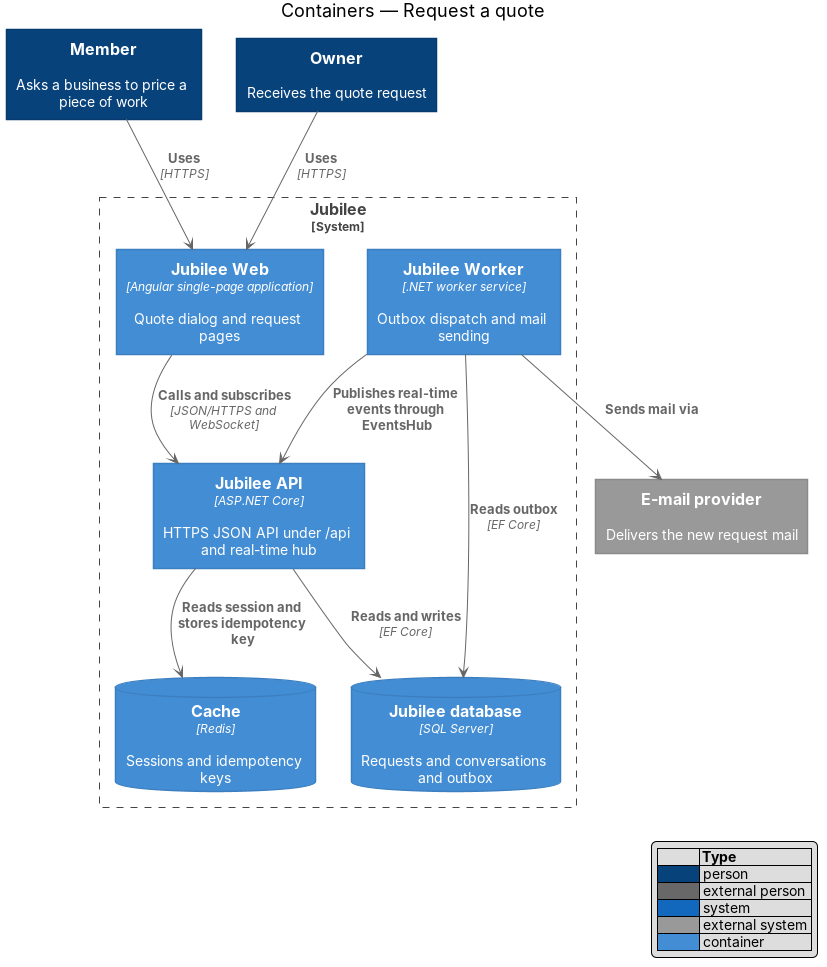
The PlantUML diagram docs/detailed-designs/requests/request-quote/diagrams/c4-container.png in QuinntyneBrown/jubilee, before a commit. Its source is kept beside it as docs/detailed-designs/requests/request-quote/diagrams/c4-container.puml. The source it was exported from:
```plantuml
@startuml
!include <C4/C4_Container>
LAYOUT_WITH_LEGEND()
title Containers — Request a quote

Person(member, "Member", "Asks a business to price a piece of work")
Person(owner, "Owner", "Receives the quote request")
System_Boundary(jubilee, "Jubilee") {
  Container(web, "Jubilee Web", "Angular single-page application", "Quote dialog and request pages")
  Container(api, "Jubilee API", "ASP.NET Core", "HTTPS JSON API under /api and real-time hub")
  Container(worker, "Jubilee Worker", ".NET worker service", "Outbox dispatch and mail sending")
  ContainerDb(db, "Jubilee database", "SQL Server", "Requests and conversations and outbox")
  ContainerDb(cache, "Cache", "Redis", "Sessions and idempotency keys")
}
System_Ext(email, "E-mail provider", "Delivers the new request mail")

Rel(member, web, "Uses", "HTTPS")
Rel(owner, web, "Uses", "HTTPS")
Rel(web, api, "Calls and subscribes", "JSON/HTTPS and WebSocket")
Rel(api, db, "Reads and writes", "EF Core")
Rel(api, cache, "Reads session and stores idempotency key")
Rel(worker, db, "Reads outbox", "EF Core")
Rel(worker, api, "Publishes real-time events through EventsHub")
Rel(worker, email, "Sends mail via")
@enduml
```
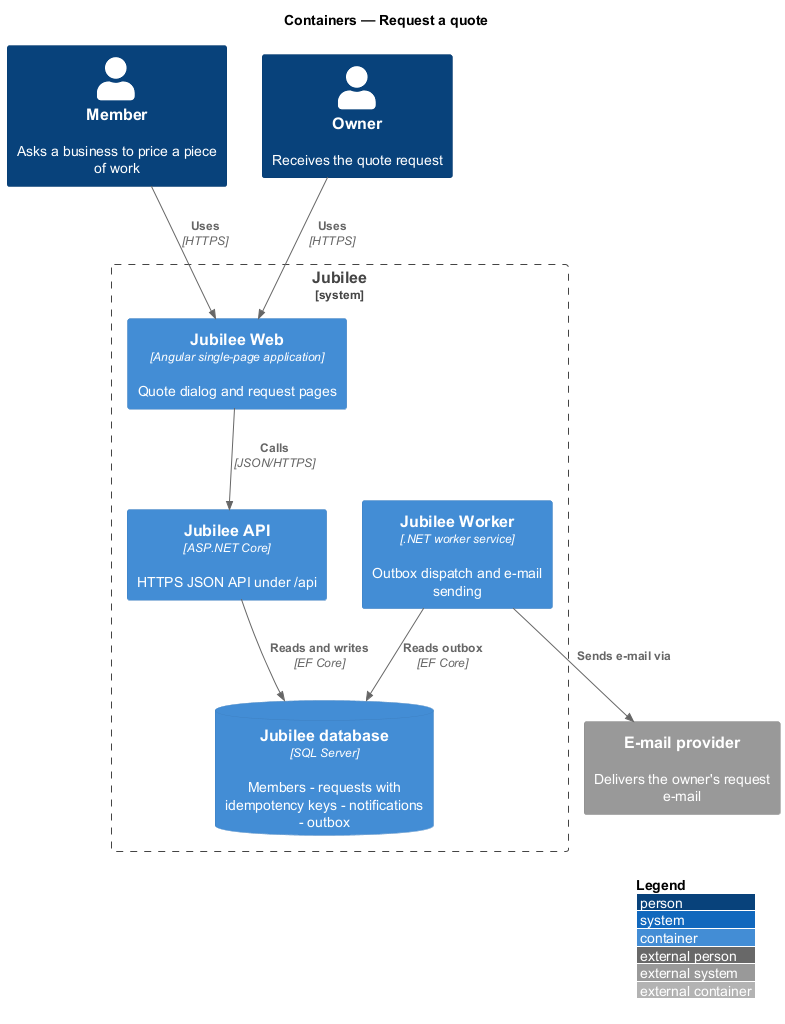
After the commit.

Change to the diagram source:
```diff
@@ -7,19 +7,16 @@
 Person(owner, "Owner", "Receives the quote request")
 System_Boundary(jubilee, "Jubilee") {
   Container(web, "Jubilee Web", "Angular single-page application", "Quote dialog and request pages")
-  Container(api, "Jubilee API", "ASP.NET Core", "HTTPS JSON API under /api and real-time hub")
-  Container(worker, "Jubilee Worker", ".NET worker service", "Outbox dispatch and mail sending")
-  ContainerDb(db, "Jubilee database", "SQL Server", "Requests and conversations and outbox")
-  ContainerDb(cache, "Cache", "Redis", "Sessions and idempotency keys")
+  Container(api, "Jubilee API", "ASP.NET Core", "HTTPS JSON API under /api")
+  Container(worker, "Jubilee Worker", ".NET worker service", "Outbox dispatch and e-mail sending")
+  ContainerDb(db, "Jubilee database", "SQL Server", "Members - requests with idempotency keys - notifications - outbox")
 }
-System_Ext(email, "E-mail provider", "Delivers the new request mail")
+System_Ext(email, "E-mail provider", "Delivers the owner's request e-mail")
 
 Rel(member, web, "Uses", "HTTPS")
 Rel(owner, web, "Uses", "HTTPS")
-Rel(web, api, "Calls and subscribes", "JSON/HTTPS and WebSocket")
+Rel(web, api, "Calls", "JSON/HTTPS")
 Rel(api, db, "Reads and writes", "EF Core")
-Rel(api, cache, "Reads session and stores idempotency key")
 Rel(worker, db, "Reads outbox", "EF Core")
-Rel(worker, api, "Publishes real-time events through EventsHub")
-Rel(worker, email, "Sends mail via")
+Rel(worker, email, "Sends e-mail via")
 @enduml
```
